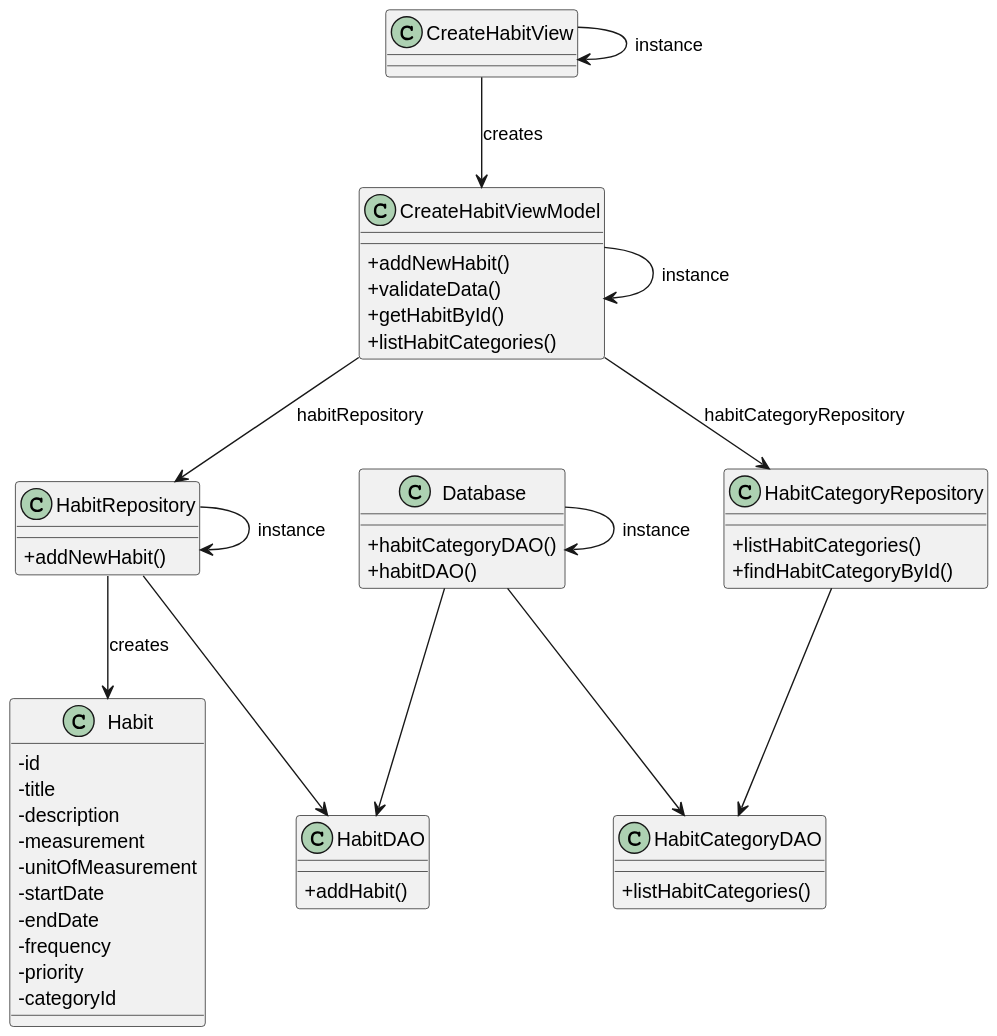
RodrigoSousa497/HabitTracker keeps this PlantUML diagram as docs/US001/03.design/svg/us001-class-diagram.svg. Above is the earlier version. The source it was exported from:
```plantuml
@startuml
skinparam packageStyle rectangle
skinparam shadowing false
skinparam linetype polyline
skinparam classAttributeIconSize 0


class CreateHabitView {
}

class CreateHabitViewModel {
    + addNewHabit()
    + validateData()
    + getHabitById()
    + listHabitCategories()
}

class Habit {
    - id
    - title
    - description
    - measurement
    - unitOfMeasurement
    - startDate
    - endDate
    - frequency
    - priority
    - categoryId
}

class HabitDAO {
    + addHabit()
}

class HabitCategoryDAO {
    + listHabitCategories()
}

class HabitCategoryRepository {
    + listHabitCategories()
    + findHabitCategoryById()
}

class HabitRepository {
    + addNewHabit()
}

class Database {
    + habitCategoryDAO()
    + habitDAO()
}


CreateHabitView -> CreateHabitView : instance
CreateHabitViewModel -> CreateHabitViewModel : instance
HabitRepository -> HabitRepository : instance
Database -> Database : instance


CreateHabitView --> CreateHabitViewModel : creates
CreateHabitViewModel --> HabitRepository : habitRepository
CreateHabitViewModel --> HabitCategoryRepository : habitCategoryRepository

HabitRepository --> Habit : creates
HabitRepository --> HabitDAO
HabitCategoryRepository --> HabitCategoryDAO

Database --> HabitDAO
Database --> HabitCategoryDAO
@enduml
```
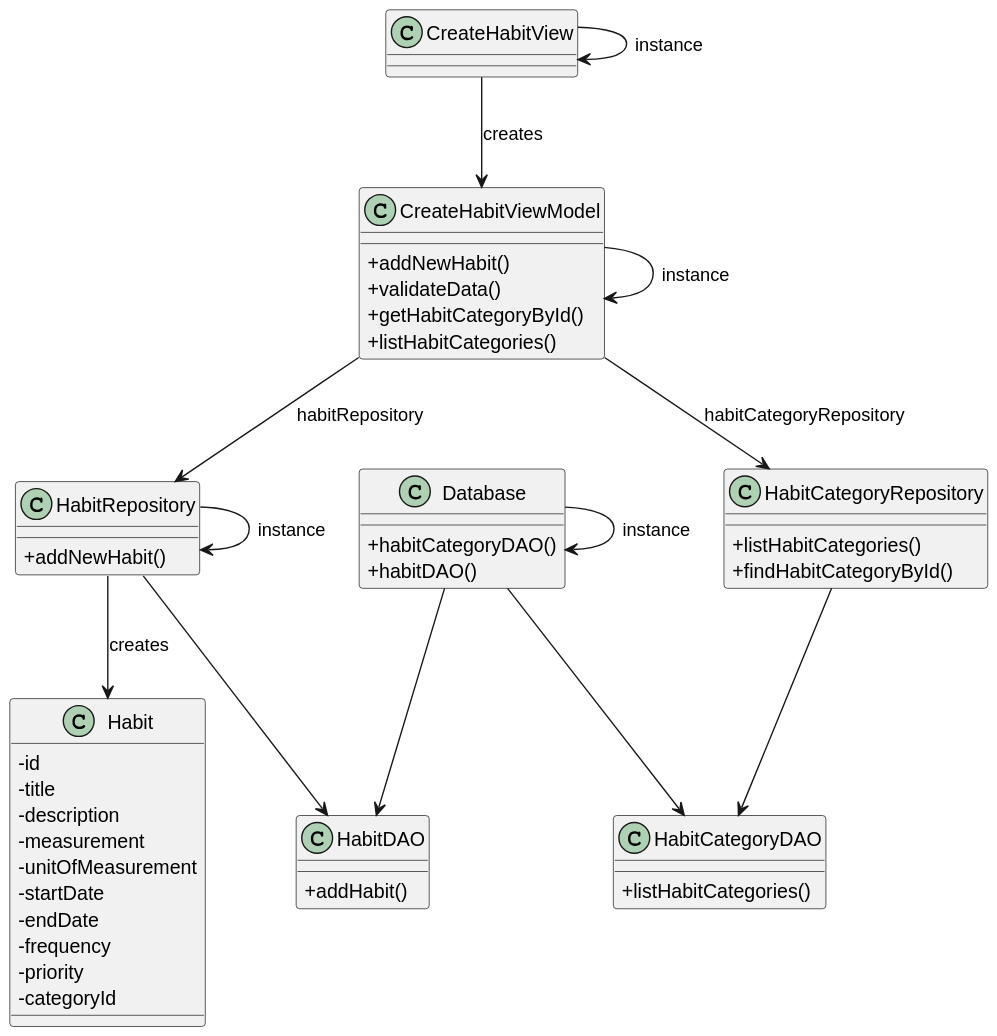
After the change.

What changed in the source:
```diff
@@ -11,7 +11,7 @@
 class CreateHabitViewModel {
     + addNewHabit()
     + validateData()
-    + getHabitById()
+    + getHabitCategoryById()
     + listHabitCategories()
 }
 
```
